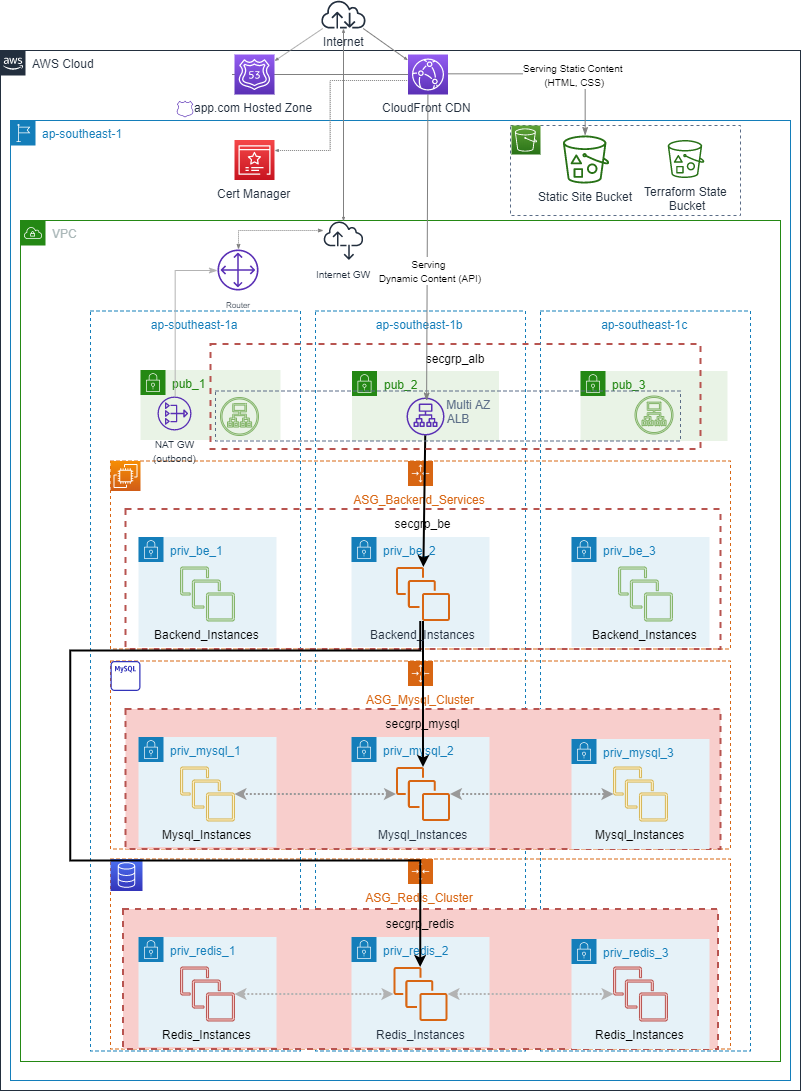
Earlier version of the draw.io export solutions/images/HOOQ_cloud_sre_test-Solution_1.png (rahmatnugr/cloud_sre_test). Source tidied: cells renumbered, new cells last; positions are measured from the earlier drawing's top-left corner, leaving out a move shared by most shapes.
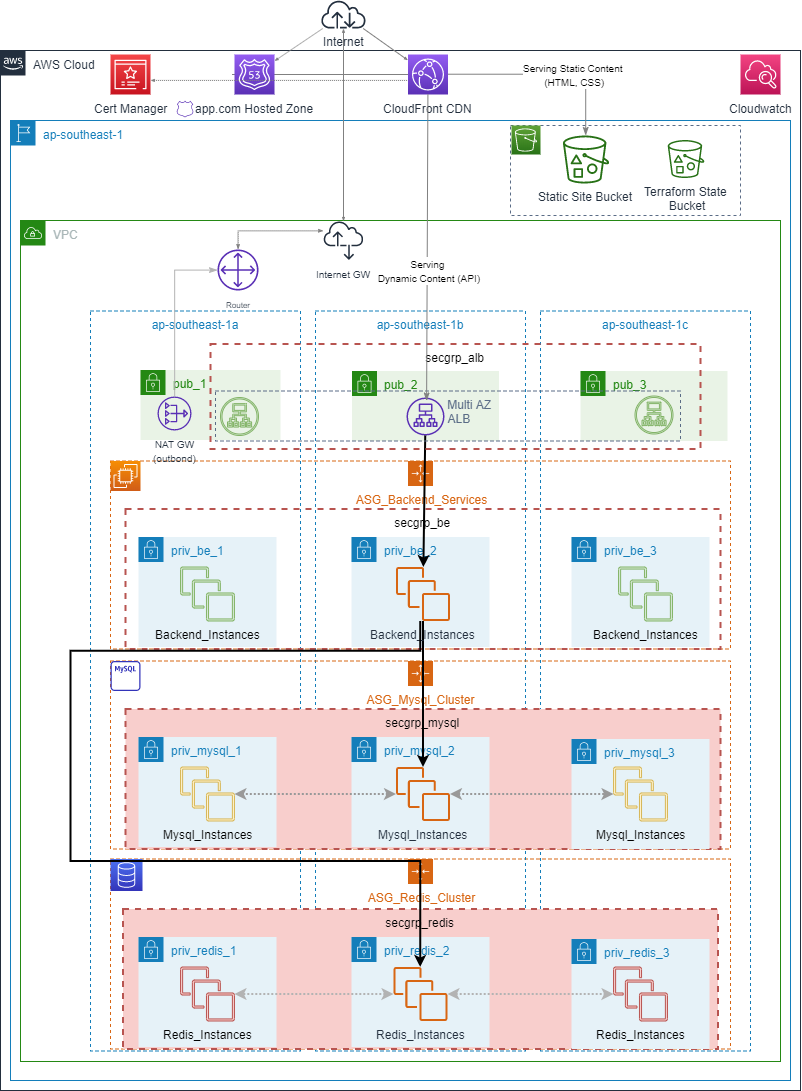
Later version of the same file.

Change to the diagram source:
```diff
@@ -213,13 +213,13 @@
     <mxCell id="67" style="edgeStyle=orthogonalEdgeStyle;rounded=0;jettySize=auto;html=1;dashed=1;dashPattern=1 1;startArrow=classicThin;startFill=1;startSize=2;endArrow=none;endFill=0;endSize=6;strokeColor=#808080;strokeWidth=1;" parent="1" edge="1" source="68" target="13">
       <mxGeometry relative="1" as="geometry">
         <Array as="points">
-          <mxPoint x="330" y="150" />
-          <mxPoint x="330" y="80" />
+          <mxPoint x="220" y="80" />
+          <mxPoint x="220" y="80" />
         </Array>
       </mxGeometry>
     </mxCell>
     <mxCell id="68" value="Cert Manager" style="outlineConnect=0;fontColor=#232F3E;gradientColor=#F54749;gradientDirection=north;fillColor=#C7131F;strokeColor=#ffffff;dashed=0;verticalLabelPosition=bottom;verticalAlign=top;align=center;html=1;fontSize=12;fontStyle=0;shape=mxgraph.aws4.resourceIcon;resIcon=mxgraph.aws4.certificate_manager_3;shadow=0;" parent="1" vertex="1">
-      <mxGeometry x="234" y="139.5" width="40" height="40" as="geometry" />
+      <mxGeometry x="110" y="54" width="40" height="40" as="geometry" />
     </mxCell>
     <mxCell id="69" value="&lt;font style=&quot;font-size: 10px&quot;&gt;NAT GW&lt;br&gt;(outbond)&lt;br&gt;&lt;/font&gt;" style="outlineConnect=0;fontColor=#232F3E;gradientColor=none;fillColor=#5A30B5;strokeColor=none;dashed=0;verticalLabelPosition=bottom;verticalAlign=top;align=center;html=1;fontSize=12;fontStyle=0;shape=mxgraph.aws4.nat_gateway;" parent="1" vertex="1">
       <mxGeometry x="157" y="396" width="34" height="34" as="geometry" />
@@ -240,5 +240,8 @@
     <mxCell id="73" value="&lt;font style=&quot;font-size: 10px&quot;&gt;Internet GW&lt;/font&gt;" style="outlineConnect=0;fontColor=#232F3E;gradientColor=none;fillColor=#232F3E;strokeColor=none;dashed=0;verticalLabelPosition=bottom;verticalAlign=top;align=center;html=1;fontSize=12;fontStyle=0;shape=mxgraph.aws4.internet_alt2;shadow=0;" parent="1" vertex="1">
       <mxGeometry x="323" y="220" width="40" height="40" as="geometry" />
     </mxCell>
+    <mxCell id="74" value="Cloudwatch" style="fontColor=#232F3E;gradientColor=#F34482;gradientDirection=north;fillColor=#BC1356;strokeColor=#ffffff;dashed=0;verticalLabelPosition=bottom;verticalAlign=top;align=center;html=1;fontSize=12;fontStyle=0;shape=mxgraph.aws4.resourceIcon;resIcon=mxgraph.aws4.cloudwatch;" parent="1" vertex="1">
+      <mxGeometry x="740" y="54" width="40" height="40" as="geometry" />
+    </mxCell>
   </root>
 </mxGraphModel>
```
